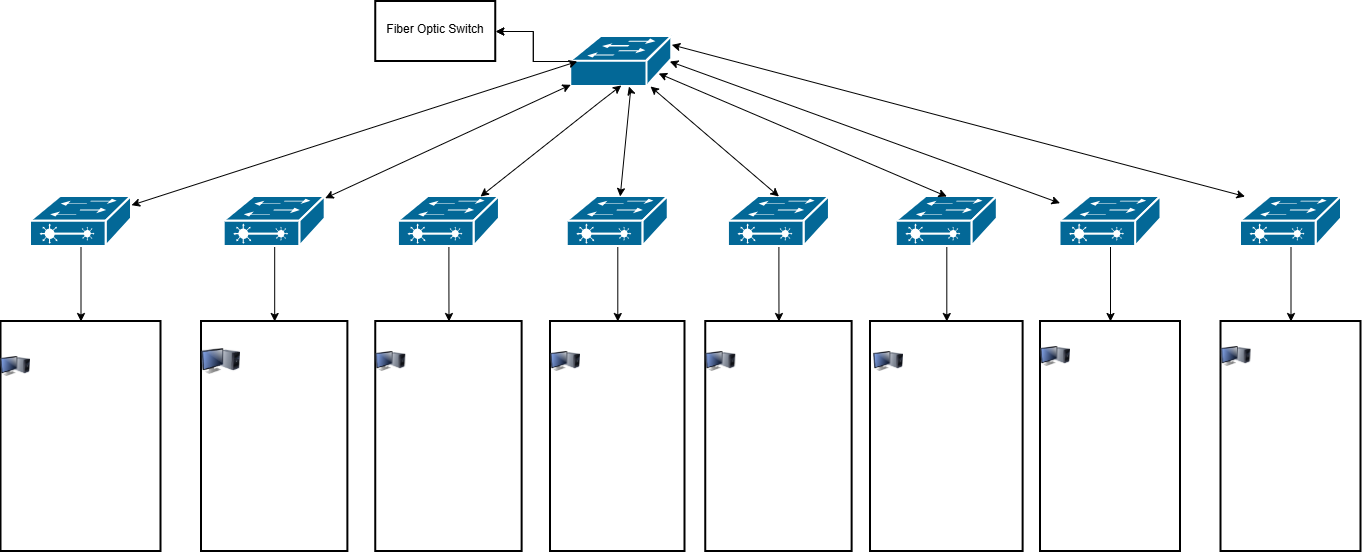
Earlier version of the draw.io export Untitled Diagram.drawio.png (hrezapour21-blip/hasanafa). Source tidied: cells renumbered, new cells last; positions are measured from the earlier drawing's top-left corner, leaving out a move shared by most shapes.
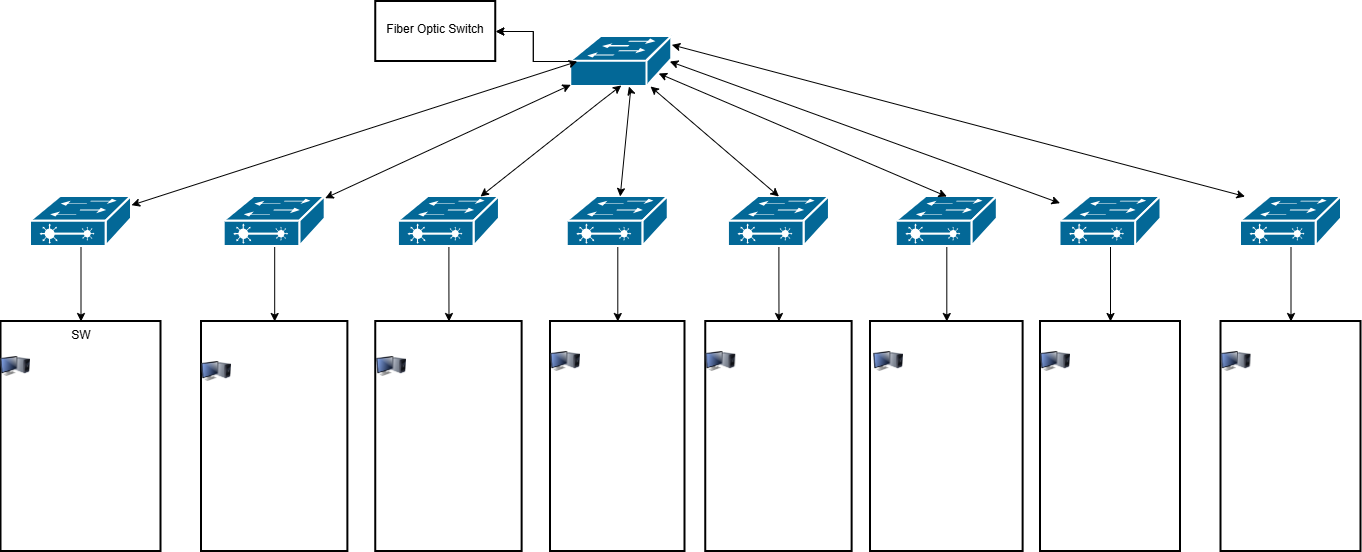
Above is the later version.

The edit, as a diff of the source:
```diff
@@ -74,7 +74,7 @@
     <mxCell id="23" style="endArrow=classic;startArrow=classic;html=1;rounded=0;entryX=0.5;entryY=0;entryDx=0;entryDy=0;entryPerimeter=0;exitX=0.87;exitY=0.74;exitDx=0;exitDy=0;exitPerimeter=0;" parent="1" edge="1" source="4" target="16">
       <mxGeometry relative="1" as="geometry" />
     </mxCell>
-    <mxCell id="24" style="whiteSpace=wrap;html=1;verticalAlign=top;sketch=0;dashed=0;strokeWidth=2;" parent="1" vertex="1">
+    <mxCell id="24" value="SW" style="whiteSpace=wrap;html=1;verticalAlign=top;sketch=0;dashed=0;strokeWidth=2;" parent="1" vertex="1">
       <mxGeometry x="0.5" y="320" width="160" height="230" as="geometry" />
     </mxCell>
     <mxCell id="25" style="whiteSpace=wrap;html=1;verticalAlign=top;sketch=0;dashed=0;strokeWidth=2;" parent="1" vertex="1">
@@ -127,10 +127,10 @@
       <mxGeometry y="350" width="30" height="30" as="geometry" />
     </mxCell>
     <mxCell id="39" style="image;html=1;image=img/lib/clip_art/computers/Monitor_Tower_128x128.png;" parent="1" vertex="1">
-      <mxGeometry x="201" y="340" width="39" height="40" as="geometry" />
+      <mxGeometry x="201" y="350" width="30" height="40" as="geometry" />
     </mxCell>
     <mxCell id="40" style="image;html=1;image=img/lib/clip_art/computers/Monitor_Tower_128x128.png;" parent="1" vertex="1">
-      <mxGeometry x="375.2" y="340" width="30" height="40" as="geometry" />
+      <mxGeometry x="376" y="345" width="30" height="40" as="geometry" />
     </mxCell>
     <mxCell id="41" style="image;html=1;image=img/lib/clip_art/computers/Monitor_Tower_128x128.png;" parent="1" vertex="1">
       <mxGeometry x="550" y="345" width="30" height="30" as="geometry" />
@@ -142,10 +142,10 @@
       <mxGeometry x="873" y="345" width="30" height="30" as="geometry" />
     </mxCell>
     <mxCell id="44" style="image;html=1;image=img/lib/clip_art/computers/Monitor_Tower_128x128.png;" parent="1" vertex="1">
-      <mxGeometry x="1040" y="340" width="30" height="30" as="geometry" />
+      <mxGeometry x="1040" y="345" width="30" height="30" as="geometry" />
     </mxCell>
     <mxCell id="45" style="image;html=1;image=img/lib/clip_art/computers/Monitor_Tower_128x128.png;" parent="1" vertex="1">
-      <mxGeometry x="1220.5" y="340" width="30" height="30" as="geometry" />
+      <mxGeometry x="1220.5" y="345" width="30" height="30" as="geometry" />
     </mxCell>
   </root>
 </mxGraphModel>
```
